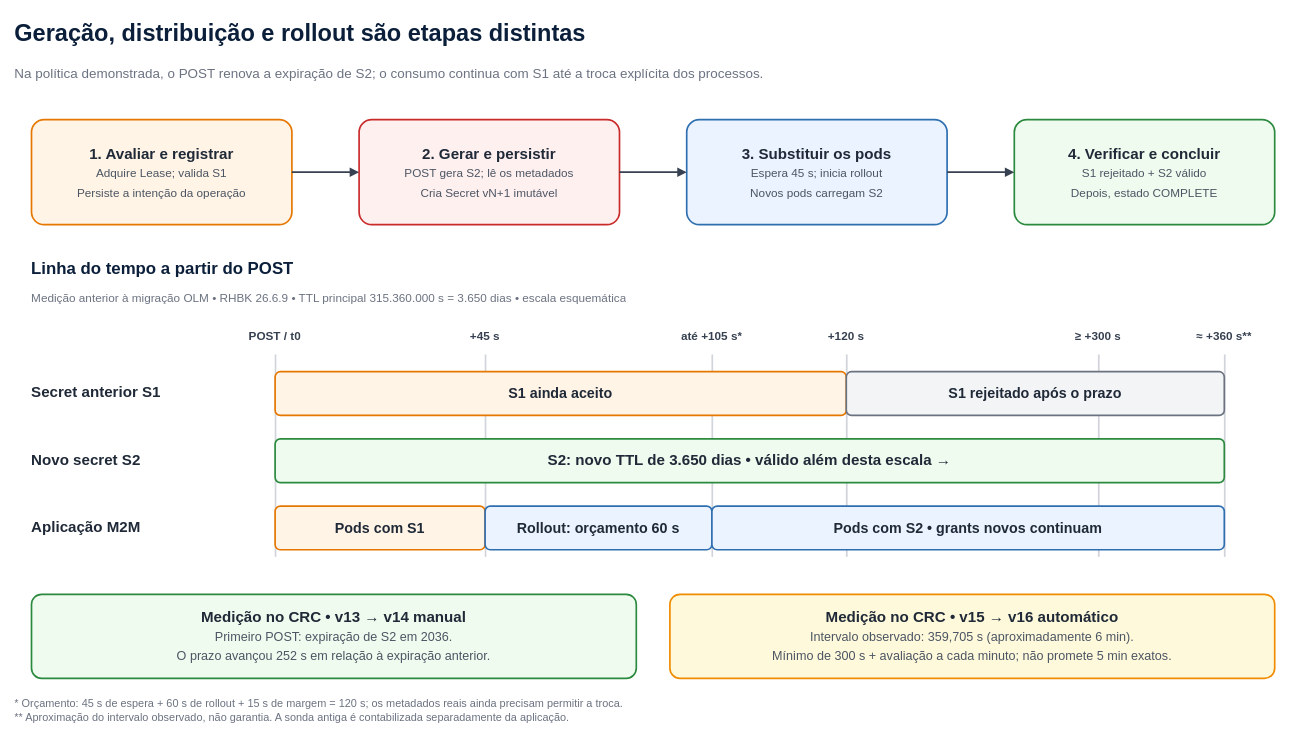
Before: page "02 — Sequência e parâmetros de exemplo" (2 of 2) of docs/diagramas/arquitetura-rotacao-externa.drawio in csfreitas/rhbk-client-secret-rotation, a draw.io diagram. Source tidied: cells renumbered, new cells numbered last; positions are measured from the earlier drawing's top-left corner, leaving out a move shared by most shapes. Both pictures are drawn from the tidied source at 84%, with x=0, y=0 at pixel (14, 14).
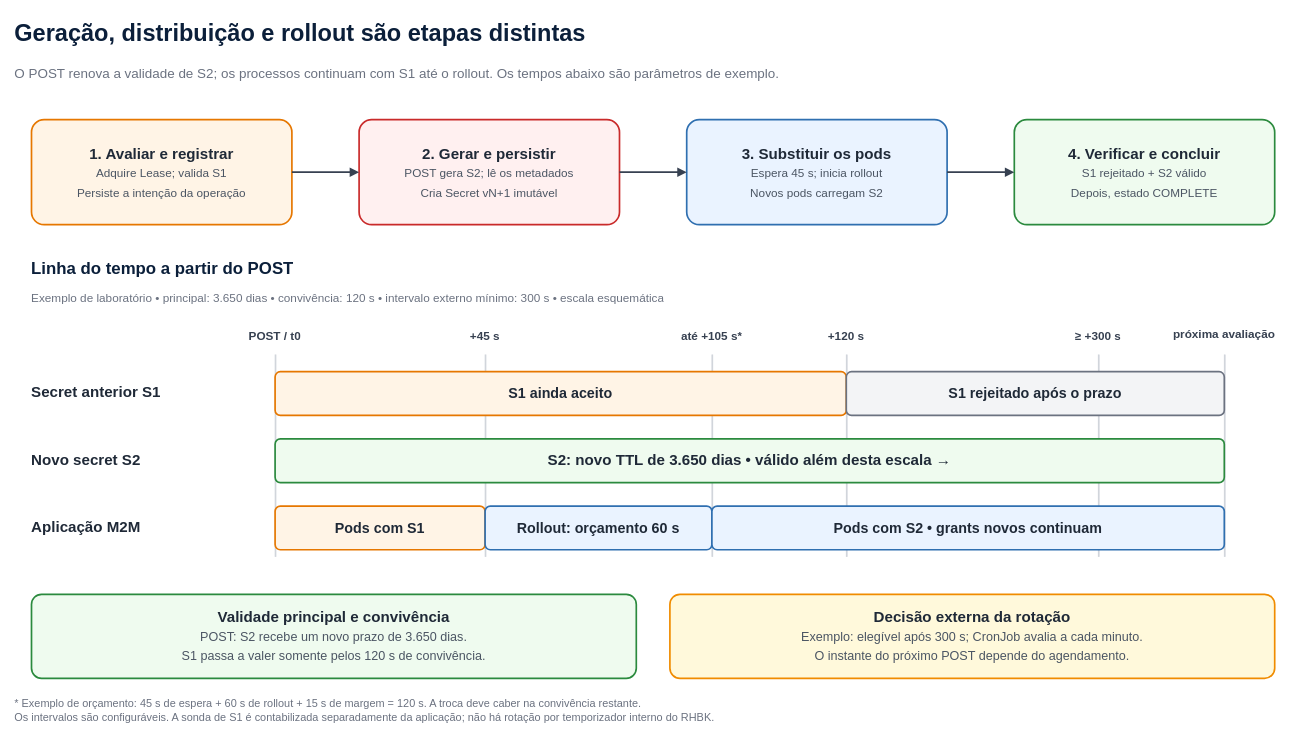
Above is the later version.

Change to the diagram source:
```diff
@@
-    <mxCell id="3" value="Na política demonstrada, o POST renova a expiração de S2; o consumo continua com S1 até a troca explícita dos processos." style="text;html=1;strokeColor=none;fillColor=none;whiteSpace=wrap;overflow=hidden;align=left;verticalAlign=middle;fontSize=16;fontColor=#6B7280;fontStyle=0;spacing=0;" parent="1" vertex="1">
+    <mxCell id="3" value="O POST renova a validade de S2; os processos continuam com S1 até o rollout. Os tempos abaixo são parâmetros de exemplo." style="text;html=1;strokeColor=none;fillColor=none;whiteSpace=wrap;overflow=hidden;align=left;verticalAlign=middle;fontSize=16;fontColor=#6B7280;fontStyle=0;spacing=0;" parent="1" vertex="1">
       <mxGeometry y="52" width="1520" height="35" as="geometry" />
     </mxCell>
@@
-    <mxCell id="12" value="Medição anterior à migração OLM • RHBK 26.6.9 • TTL principal 315.360.000 s = 3.650 dias • escala esquemática" style="text;html=1;strokeColor=none;fillColor=none;whiteSpace=wrap;overflow=hidden;align=left;verticalAlign=middle;fontSize=14;fontColor=#6B7280;fontStyle=0;spacing=0;" parent="1" vertex="1">
+    <mxCell id="12" value="Exemplo de laboratório • principal: 3.650 dias • convivência: 120 s • intervalo externo mínimo: 300 s • escala esquemática" style="text;html=1;strokeColor=none;fillColor=none;whiteSpace=wrap;overflow=hidden;align=left;verticalAlign=middle;fontSize=14;fontColor=#6B7280;fontStyle=0;spacing=0;" parent="1" vertex="1">
       <mxGeometry x="20" y="323" width="1480" height="28" as="geometry" />
     </mxCell>
@@
-    <mxCell id="23" value="≈ +360 s**" style="text;html=1;strokeColor=none;fillColor=none;whiteSpace=wrap;overflow=hidden;align=center;verticalAlign=middle;fontSize=14;fontColor=#374151;fontStyle=1;spacing=0;" parent="1" vertex="1">
-      <mxGeometry x="1365" y="370" width="150" height="25" as="geometry" />
+    <mxCell id="23" value="próxima avaliação" style="text;html=1;strokeColor=none;fillColor=none;whiteSpace=wrap;overflow=hidden;align=center;verticalAlign=middle;fontSize=14;fontColor=#374151;fontStyle=1;spacing=0;" parent="1" vertex="1">
+      <mxGeometry x="1365" y="358" width="150" height="44" as="geometry" />
     </mxCell>
@@
-    <mxCell id="34" value="&lt;div style=&quot;font-size:18px;line-height:1.25;text-align:center;&quot;&gt;&lt;b&gt;Medição no CRC • v13 → v14 manual&lt;/b&gt;&lt;br&gt;&lt;span style=&quot;font-size:15px;font-weight:normal;color:#4B5563&quot;&gt;Primeiro POST: expiração de S2 em 2036.&lt;br&gt;O prazo avançou 252 s em relação à expiração anterior.&lt;/span&gt;&lt;/div&gt;" style="rounded=1;whiteSpace=wrap;html=1;fillColor=#EFFBEF;strokeColor=#2B8A3E;strokeWidth=2;fontColor=#1F2937;spacing=10;arcSize=12;" parent="1" vertex="1">
+    <mxCell id="34" value="&lt;div style=&quot;font-size:18px;line-height:1.25;text-align:center;&quot;&gt;&lt;b&gt;Validade principal e convivência&lt;/b&gt;&lt;br&gt;&lt;span style=&quot;font-size:15px;font-weight:normal;color:#4B5563&quot;&gt;POST: S2 recebe um novo prazo de 3.650 dias.&lt;br&gt;S1 passa a valer somente pelos 120 s de convivência.&lt;/span&gt;&lt;/div&gt;" style="rounded=1;whiteSpace=wrap;html=1;fillColor=#EFFBEF;strokeColor=#2B8A3E;strokeWidth=2;fontColor=#1F2937;spacing=10;arcSize=12;" parent="1" vertex="1">
       <mxGeometry x="20" y="690" width="720" height="100" as="geometry" />
     </mxCell>
-    <mxCell id="35" value="&lt;div style=&quot;font-size:18px;line-height:1.25;text-align:center;&quot;&gt;&lt;b&gt;Medição no CRC • v15 → v16 automático&lt;/b&gt;&lt;br&gt;&lt;span style=&quot;font-size:15px;font-weight:normal;color:#4B5563&quot;&gt;Intervalo observado: 359,705 s (aproximadamente 6 min).&lt;br&gt;Mínimo de 300 s + avaliação a cada minuto; não promete 5 min exatos.&lt;/span&gt;&lt;/div&gt;" style="rounded=1;whiteSpace=wrap;html=1;fillColor=#FFF9DB;strokeColor=#F08C00;strokeWidth=2;fontColor=#1F2937;spacing=10;arcSize=12;" parent="1" vertex="1">
+    <mxCell id="35" value="&lt;div style=&quot;font-size:18px;line-height:1.25;text-align:center;&quot;&gt;&lt;b&gt;Decisão externa da rotação&lt;/b&gt;&lt;br&gt;&lt;span style=&quot;font-size:15px;font-weight:normal;color:#4B5563&quot;&gt;Exemplo: elegível após 300 s; CronJob avalia a cada minuto.&lt;br&gt;O instante do próximo POST depende do agendamento.&lt;/span&gt;&lt;/div&gt;" style="rounded=1;whiteSpace=wrap;html=1;fillColor=#FFF9DB;strokeColor=#F08C00;strokeWidth=2;fontColor=#1F2937;spacing=10;arcSize=12;" parent="1" vertex="1">
       <mxGeometry x="780" y="690" width="720" height="100" as="geometry" />
     </mxCell>
-    <mxCell id="36" value="* Orçamento: 45 s de espera + 60 s de rollout + 15 s de margem = 120 s; os metadados reais ainda precisam permitir a troca.&#10;** Aproximação do intervalo observado, não garantia. A sonda antiga é contabilizada separadamente da aplicação." style="text;html=1;strokeColor=none;fillColor=none;whiteSpace=wrap;overflow=hidden;align=left;verticalAlign=middle;fontSize=13;fontColor=#6B7280;fontStyle=0;spacing=0;" parent="1" vertex="1">
+    <mxCell id="36" value="* Exemplo de orçamento: 45 s de espera + 60 s de rollout + 15 s de margem = 120 s. A troca deve caber na convivência restante.&#10;Os intervalos são configuráveis. A sonda de S1 é contabilizada separadamente da aplicação; não há rotação por temporizador interno do RHBK." style="text;html=1;strokeColor=none;fillColor=none;whiteSpace=wrap;overflow=hidden;align=left;verticalAlign=middle;fontSize=13;fontColor=#6B7280;fontStyle=0;spacing=0;" parent="1" vertex="1">
       <mxGeometry y="805" width="1520" height="45" as="geometry" />
     </mxCell>
```
